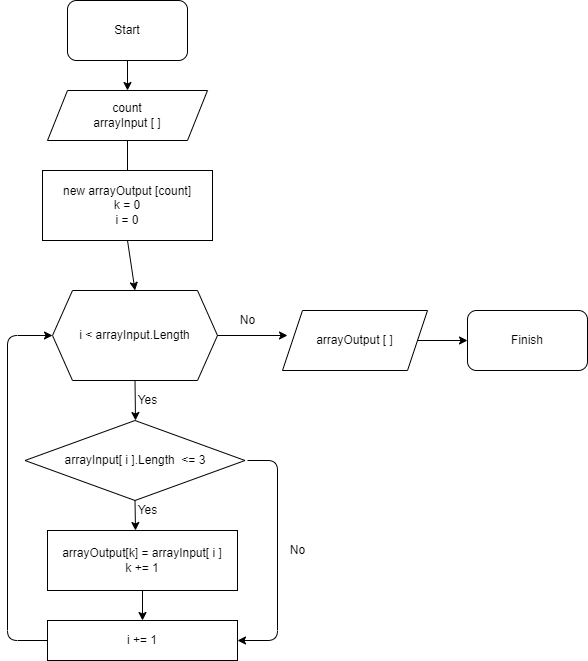
Above: MainTaskScheme.drawio.png in DariaPoklonskaia/Q1FinalTask (draw.io), before the change. Source tidied: cells renumbered, new cells last; positions are measured from the earlier drawing's top-left corner, leaving out a move shared by most shapes.
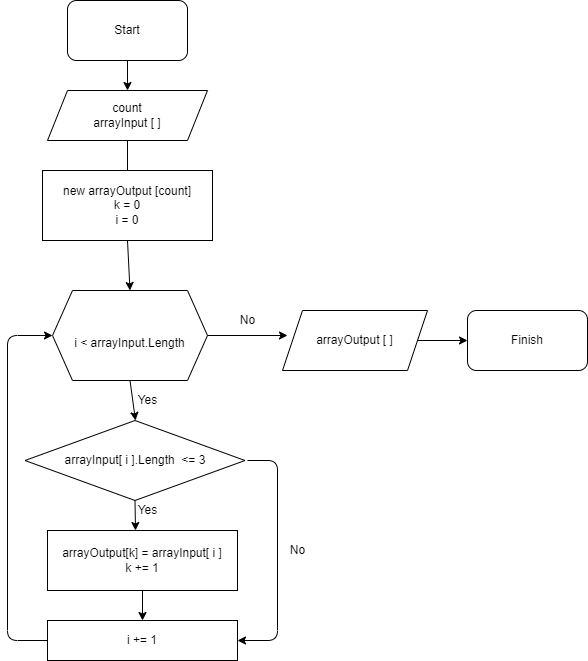
The same file after the commit.

Diff of the diagram source:
```diff
@@ -24,8 +24,8 @@
     <mxCell id="7" style="endArrow=classic;html=1;exitX=0.5;exitY=1;exitDx=0;exitDy=0;entryX=0.5;entryY=0;entryDx=0;entryDy=0;" parent="1" edge="1" source="6" target="8">
       <mxGeometry relative="1" as="geometry" />
     </mxCell>
-    <mxCell id="8" value="i &amp;lt; arrayInput.Length" style="shape=hexagon;perimeter=hexagonPerimeter2;whiteSpace=wrap;html=1;fixedSize=1;" parent="1" vertex="1">
-      <mxGeometry x="45" y="290" width="165" height="90" as="geometry" />
+    <mxCell id="8" value="&lt;br&gt;i &amp;lt; arrayInput.Length" style="shape=hexagon;perimeter=hexagonPerimeter2;whiteSpace=wrap;html=1;fixedSize=1;" parent="1" vertex="1">
+      <mxGeometry x="45" y="290" width="155" height="90" as="geometry" />
     </mxCell>
     <mxCell id="9" style="endArrow=classic;html=1;exitX=0.5;exitY=1;exitDx=0;exitDy=0;" parent="1" edge="1" source="8">
       <mxGeometry relative="1" as="geometry">
```
